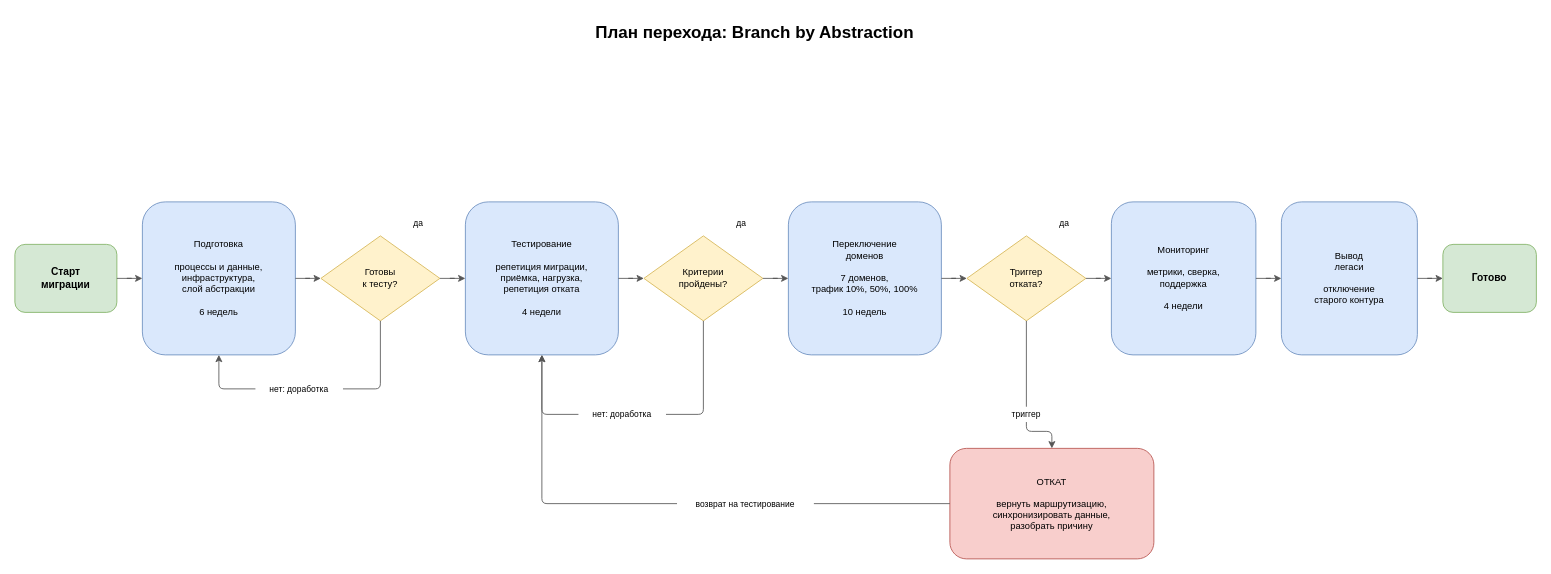
Earlier version of the draw.io diagram Task5/Cutover_план.drawio (IlyaLivingstone/architecture-medikamente). Source tidied: cells renumbered, new cells numbered last; positions are measured from the earlier drawing's top-left corner, leaving out a move shared by most shapes. Both pictures are drawn from the tidied source at 85%, with x=0, y=0 at pixel (14, 14).
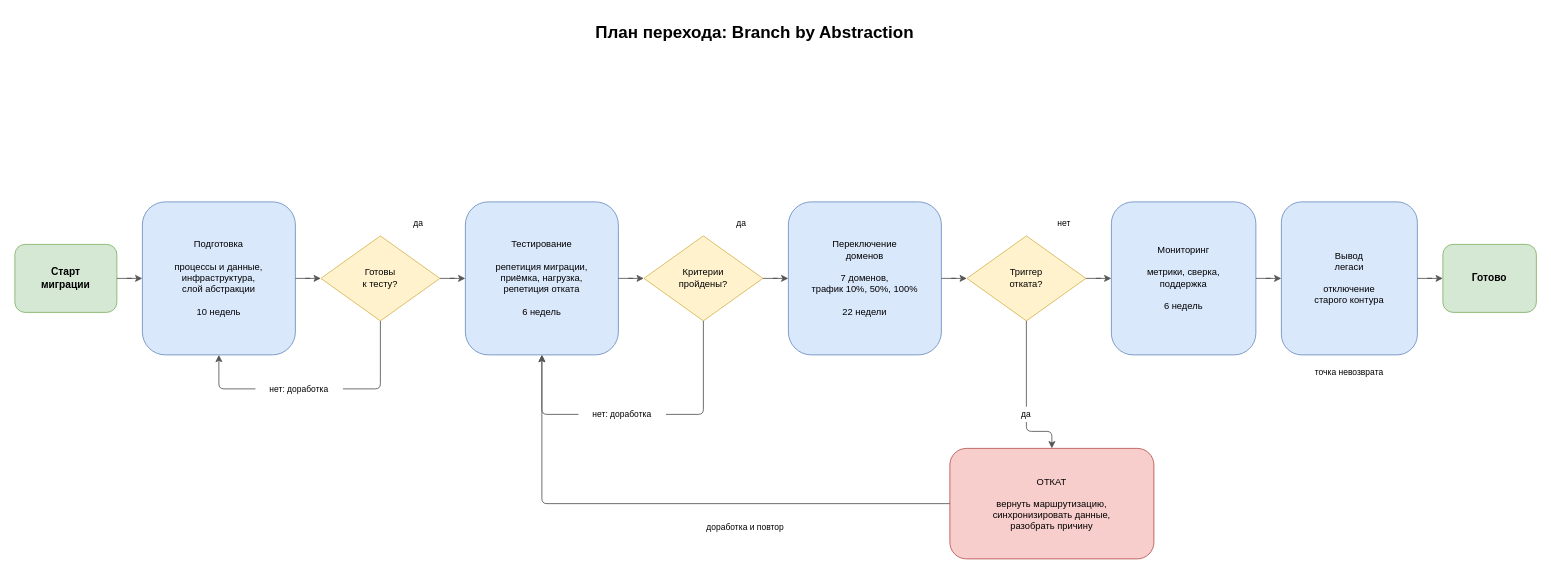
After the change.

Commit message (it also covers changes not shown here):
Задание 5: сроки сведены со стадиями, исправлена ветка отката, добавлены критерии перехода

The edit, as a diff of the source:
```diff
@@
-    <mxCell id="4" value="Подготовка&lt;br&gt;&lt;br&gt;процессы и данные,&lt;br&gt;инфраструктура,&lt;br&gt;слой абстракции&lt;br&gt;&lt;br&gt;6 недель" style="rounded=1;whiteSpace=wrap;html=1;fillColor=#DAE8FC;strokeColor=#6C8EBF;fontSize=11;" parent="1" vertex="1">
+    <mxCell id="4" value="Подготовка&lt;br&gt;&lt;br&gt;процессы и данные,&lt;br&gt;инфраструктура,&lt;br&gt;слой абстракции&lt;br&gt;&lt;br&gt;10 недель" style="rounded=1;whiteSpace=wrap;html=1;fillColor=#DAE8FC;strokeColor=#6C8EBF;fontSize=11;" parent="1" vertex="1">
       <mxGeometry x="150" y="220" width="180" height="180" as="geometry" />
     </mxCell>
@@
-    <mxCell id="6" value="Тестирование&lt;br&gt;&lt;br&gt;репетиция миграции,&lt;br&gt;приёмка, нагрузка,&lt;br&gt;репетиция отката&lt;br&gt;&lt;br&gt;4 недели" style="rounded=1;whiteSpace=wrap;html=1;fillColor=#DAE8FC;strokeColor=#6C8EBF;fontSize=11;" parent="1" vertex="1">
+    <mxCell id="6" value="Тестирование&lt;br&gt;&lt;br&gt;репетиция миграции,&lt;br&gt;приёмка, нагрузка,&lt;br&gt;репетиция отката&lt;br&gt;&lt;br&gt;6 недель" style="rounded=1;whiteSpace=wrap;html=1;fillColor=#DAE8FC;strokeColor=#6C8EBF;fontSize=11;" parent="1" vertex="1">
       <mxGeometry x="530" y="220" width="180" height="180" as="geometry" />
     </mxCell>
@@
-    <mxCell id="8" value="Переключение&lt;br&gt;доменов&lt;br&gt;&lt;br&gt;7 доменов,&lt;br&gt;трафик 10%, 50%, 100%&lt;br&gt;&lt;br&gt;10 недель" style="rounded=1;whiteSpace=wrap;html=1;fillColor=#DAE8FC;strokeColor=#6C8EBF;fontSize=11;" parent="1" vertex="1">
+    <mxCell id="8" value="Переключение&lt;br&gt;доменов&lt;br&gt;&lt;br&gt;7 доменов,&lt;br&gt;трафик 10%, 50%, 100%&lt;br&gt;&lt;br&gt;22 недели" style="rounded=1;whiteSpace=wrap;html=1;fillColor=#DAE8FC;strokeColor=#6C8EBF;fontSize=11;" parent="1" vertex="1">
       <mxGeometry x="910" y="220" width="180" height="180" as="geometry" />
     </mxCell>
@@
-    <mxCell id="10" value="Мониторинг&lt;br&gt;&lt;br&gt;метрики, сверка,&lt;br&gt;поддержка&lt;br&gt;&lt;br&gt;4 недели" style="rounded=1;whiteSpace=wrap;html=1;fillColor=#DAE8FC;strokeColor=#6C8EBF;fontSize=11;" parent="1" vertex="1">
+    <mxCell id="10" value="Мониторинг&lt;br&gt;&lt;br&gt;метрики, сверка,&lt;br&gt;поддержка&lt;br&gt;&lt;br&gt;6 недель" style="rounded=1;whiteSpace=wrap;html=1;fillColor=#DAE8FC;strokeColor=#6C8EBF;fontSize=11;" parent="1" vertex="1">
       <mxGeometry x="1290" y="220" width="170" height="180" as="geometry" />
     </mxCell>
@@
-    <mxCell id="31" value="да" style="rounded=0;whiteSpace=wrap;html=1;align=center;verticalAlign=middle;fillColor=#ffffff;strokeColor=none;fontSize=10;" parent="1" vertex="1">
-      <mxGeometry x="1222" y="236" width="26" height="18" as="geometry" />
+    <mxCell id="31" value="нет" style="rounded=0;whiteSpace=wrap;html=1;align=center;verticalAlign=middle;fillColor=#ffffff;strokeColor=none;fontSize=10;" parent="1" vertex="1">
+      <mxGeometry x="1218" y="236" width="33" height="18" as="geometry" />
     </mxCell>
-    <mxCell id="32" value="триггер" style="rounded=0;whiteSpace=wrap;html=1;align=center;verticalAlign=middle;fillColor=#ffffff;strokeColor=none;fontSize=10;" parent="1" vertex="1">
-      <mxGeometry x="1161" y="461" width="58" height="18" as="geometry" />
+    <mxCell id="32" value="да" style="rounded=0;whiteSpace=wrap;html=1;align=center;verticalAlign=middle;fillColor=#ffffff;strokeColor=none;fontSize=10;" parent="1" vertex="1">
+      <mxGeometry x="1177" y="461" width="26" height="18" as="geometry" />
     </mxCell>
-    <mxCell id="33" value="возврат на тестирование" style="rounded=0;whiteSpace=wrap;html=1;align=center;verticalAlign=middle;fillColor=#ffffff;strokeColor=none;fontSize=10;" parent="1" vertex="1">
-      <mxGeometry x="779" y="566" width="161" height="18" as="geometry" />
+    <mxCell id="33" value="доработка и повтор" style="rounded=0;whiteSpace=wrap;html=1;align=center;verticalAlign=middle;fillColor=#ffffff;strokeColor=none;fontSize=10;" parent="1" vertex="1">
+      <mxGeometry x="795" y="593" width="129" height="18" as="geometry" />
     </mxCell>
+    <mxCell id="34" value="точка невозврата" style="rounded=0;whiteSpace=wrap;html=1;align=center;verticalAlign=middle;fillColor=#ffffff;strokeColor=none;fontSize=10;" parent="1" vertex="1">
+      <mxGeometry x="1512" y="411" width="116" height="18" as="geometry" />
+    </mxCell>
```
